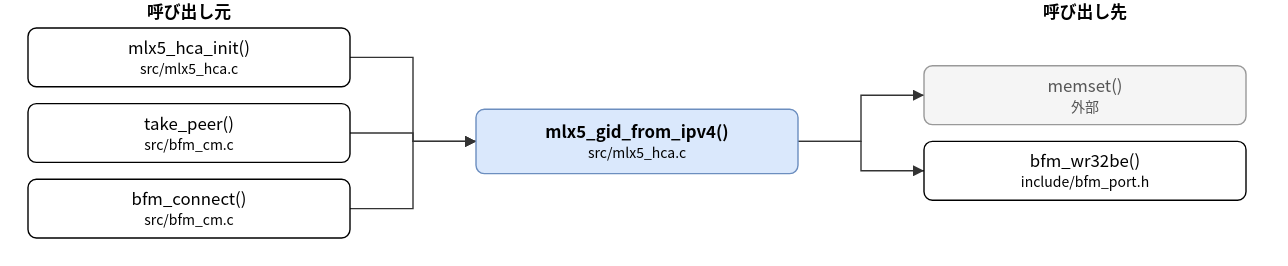
Earlier version of the draw.io export doc/spec/images/call_src_mlx5_hca-mlx5_gid_from_ipv4.drawio.svg (hf355051012-ai/bfmem). Source tidied: cells renumbered, new cells last; positions are measured from the earlier drawing's top-left corner, leaving out a move shared by most shapes.
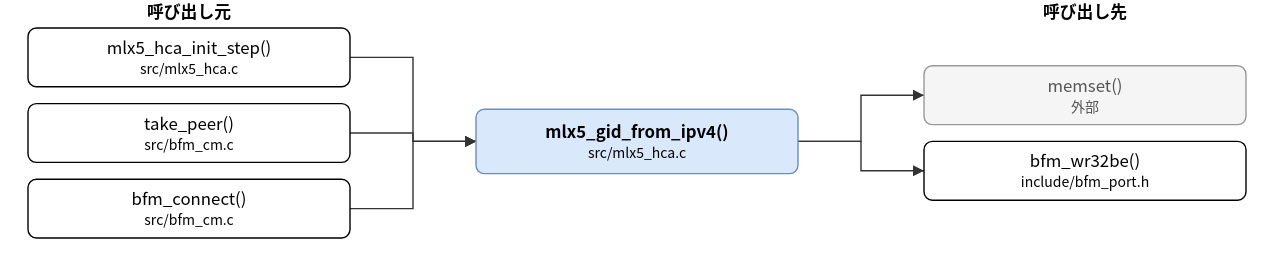
Above is the later version.

What changed in the source:
```diff
@@ -5,7 +5,7 @@
     <mxCell id="2" value="mlx5_gid_from_ipv4()&lt;br&gt;&lt;font style=&quot;font-size:10px&quot;&gt;src/mlx5_hca.c&lt;/font&gt;" style="rounded=1;whiteSpace=wrap;html=1;fillColor=#dae8fc;strokeColor=#6c8ebf;fontStyle=1;" parent="1" vertex="1">
       <mxGeometry x="320" y="78" width="230" height="46" as="geometry" />
     </mxCell>
-    <mxCell id="3" value="mlx5_hca_init()&lt;br&gt;&lt;font style=&quot;font-size:10px&quot;&gt;src/mlx5_hca.c&lt;/font&gt;" style="rounded=1;whiteSpace=wrap;html=1;" parent="1" vertex="1">
+    <mxCell id="3" value="mlx5_hca_init_step()&lt;br&gt;&lt;font style=&quot;font-size:10px&quot;&gt;src/mlx5_hca.c&lt;/font&gt;" style="rounded=1;whiteSpace=wrap;html=1;" parent="1" vertex="1">
       <mxGeometry y="20" width="230" height="42" as="geometry" />
     </mxCell>
     <mxCell id="4" value="take_peer()&lt;br&gt;&lt;font style=&quot;font-size:10px&quot;&gt;src/bfm_cm.c&lt;/font&gt;" style="rounded=1;whiteSpace=wrap;html=1;" parent="1" vertex="1">
```
